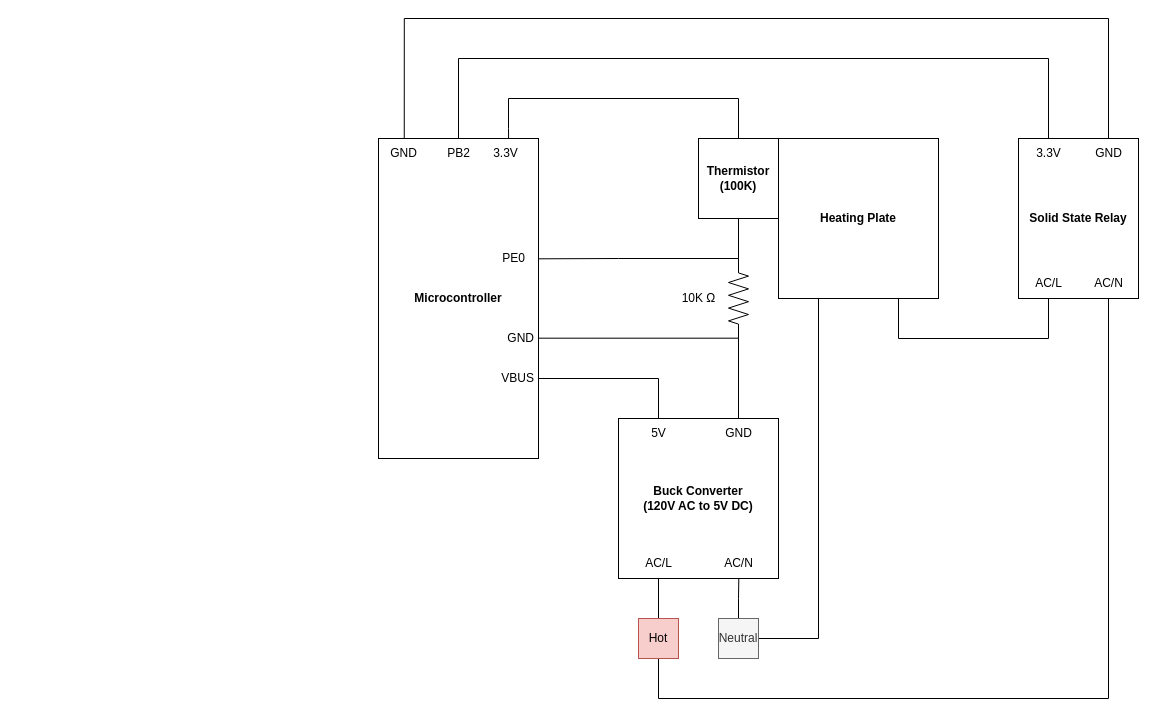
mannndrew/BrewBuddy keeps this draw.io diagram as documentation/circuit.drawio. Above is the earlier version. Source tidied: cells renumbered, new cells numbered last; positions are measured from the earlier drawing's top-left corner, leaving out a move shared by most shapes. Both pictures are drawn from the tidied source at 100%, with x=0, y=0 at pixel (378, 18).
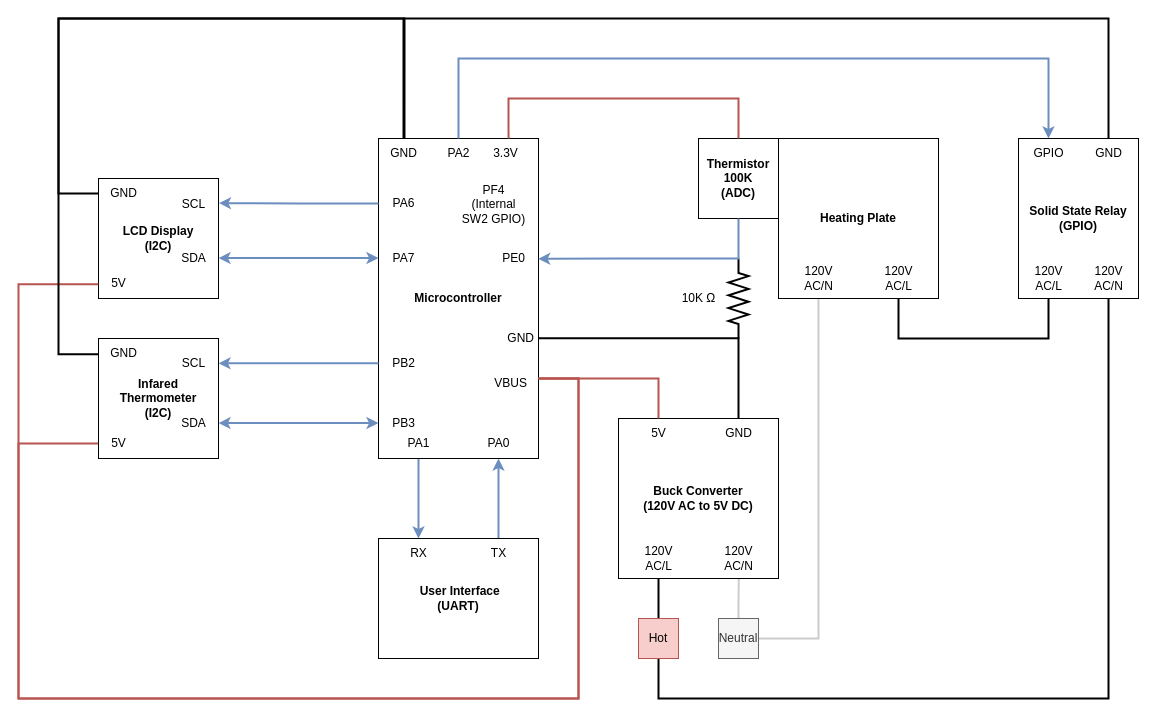
The same diagram, later.

The change refers to these unchanged cells:
```xml
<mxCell id="4" value="Hot" style="rounded=0;whiteSpace=wrap;html=1;fillColor=#f8cecc;strokeColor=#b85450;" parent="1" vertex="1">
  <mxGeometry x="260" y="600" width="40" height="40" as="geometry" />
</mxCell>
<mxCell id="7" value="Neutral" style="rounded=0;whiteSpace=wrap;html=1;fillColor=#f5f5f5;strokeColor=#666666;fontColor=#333333;" parent="1" vertex="1">
  <mxGeometry x="340" y="600" width="40" height="40" as="geometry" />
</mxCell>
<mxCell id="8" value="&lt;b&gt;Microcontroller&lt;/b&gt;" style="rounded=0;whiteSpace=wrap;html=1;" parent="1" vertex="1">
  <mxGeometry y="120" width="160" height="320" as="geometry" />
</mxCell>
<mxCell id="9" value="&lt;b&gt;Heating Plate&lt;/b&gt;" style="rounded=0;whiteSpace=wrap;html=1;" parent="1" vertex="1">
  <mxGeometry x="400" y="120" width="160" height="160" as="geometry" />
</mxCell>
<mxCell id="14" style="group;" parent="1" vertex="1">
  <mxGeometry x="240" y="400" width="160" height="160" as="geometry" />
</mxCell>
<mxCell id="15" value="&lt;b&gt;Buck Converter&lt;/b&gt;&lt;div&gt;&lt;b&gt;(120V AC to 5V DC)&lt;/b&gt;&lt;/div&gt;" style="rounded=0;whiteSpace=wrap;html=1;" parent="14" vertex="1">
  <mxGeometry width="160" height="160" as="geometry" />
</mxCell>
```

What changed in the source:
```diff
@@
-    <mxCell id="2" style="edgeStyle=orthogonalEdgeStyle;rounded=0;jettySize=auto;html=1;entryX=0.25;entryY=1;entryDx=0;entryDy=0;endArrow=none;endFill=0;" parent="1" edge="1" source="4" target="15">
+    <mxCell id="2" style="edgeStyle=orthogonalEdgeStyle;rounded=0;jettySize=auto;html=1;entryX=0.25;entryY=1;entryDx=0;entryDy=0;endArrow=none;endFill=0;strokeWidth=2;" parent="1" edge="1" source="4" target="15">
       <mxGeometry relative="1" as="geometry" />
     </mxCell>
-    <mxCell id="3" style="edgeStyle=orthogonalEdgeStyle;rounded=0;jettySize=auto;html=1;entryX=0.75;entryY=1;entryDx=0;entryDy=0;endArrow=none;endFill=0;" parent="1" edge="1" source="4" target="13">
+    <mxCell id="3" style="edgeStyle=orthogonalEdgeStyle;rounded=0;jettySize=auto;html=1;entryX=0.75;entryY=1;entryDx=0;entryDy=0;endArrow=none;endFill=0;strokeWidth=2;" parent="1" edge="1" source="4" target="13">
       <mxGeometry relative="1" as="geometry">
         <Array as="points">
           <mxPoint x="280" y="680" />
           <mxPoint x="730" y="680" />
         </Array>
       </mxGeometry>
     </mxCell>
@@
-    <mxCell id="5" style="edgeStyle=orthogonalEdgeStyle;rounded=0;jettySize=auto;html=1;entryX=0.752;entryY=0.991;entryDx=0;entryDy=0;entryPerimeter=0;endArrow=none;endFill=0;" parent="1" edge="1" source="7" target="15">
+    <mxCell id="5" style="edgeStyle=orthogonalEdgeStyle;rounded=0;jettySize=auto;html=1;entryX=0.752;entryY=0.991;entryDx=0;entryDy=0;entryPerimeter=0;endArrow=none;endFill=0;strokeWidth=2;strokeColor=#CCCCCC;" parent="1" edge="1" source="7" target="15">
       <mxGeometry relative="1" as="geometry" />
     </mxCell>
-    <mxCell id="6" style="edgeStyle=orthogonalEdgeStyle;rounded=0;jettySize=auto;html=1;entryX=0.25;entryY=1;entryDx=0;entryDy=0;endArrow=none;endFill=0;" parent="1" edge="1" source="7" target="9">
+    <mxCell id="6" style="edgeStyle=orthogonalEdgeStyle;rounded=0;jettySize=auto;html=1;entryX=0.25;entryY=1;entryDx=0;entryDy=0;endArrow=none;endFill=0;strokeWidth=2;strokeColor=#CCCCCC;" parent="1" edge="1" source="7" target="9">
       <mxGeometry relative="1" as="geometry" />
     </mxCell>
@@
+    <mxCell id="39" style="edgeStyle=orthogonalEdgeStyle;rounded=0;jettySize=auto;html=1;exitX=0.25;exitY=1;exitDx=0;exitDy=0;entryX=0.25;entryY=0;entryDx=0;entryDy=0;fillColor=#dae8fc;strokeColor=#6c8ebf;strokeWidth=2;" parent="1" edge="1" source="8" target="66">
+      <mxGeometry relative="1" as="geometry" />
+    </mxCell>
@@
-    <mxCell id="10" value="&lt;b&gt;Thermistor&lt;/b&gt;&lt;div&gt;&lt;b&gt;(100K)&lt;/b&gt;&lt;/div&gt;" style="rounded=0;whiteSpace=wrap;html=1;" parent="1" vertex="1">
+    <mxCell id="10" value="&lt;b&gt;Thermistor&lt;/b&gt;&lt;div&gt;&lt;b&gt;100K&lt;/b&gt;&lt;/div&gt;&lt;div&gt;&lt;b&gt;(ADC)&lt;/b&gt;&lt;/div&gt;" style="rounded=0;whiteSpace=wrap;html=1;" parent="1" vertex="1">
       <mxGeometry x="320" y="120" width="80" height="80" as="geometry" />
     </mxCell>
-    <mxCell id="11" style="edgeStyle=orthogonalEdgeStyle;rounded=0;jettySize=auto;html=1;exitX=0.25;exitY=1;exitDx=0;exitDy=0;entryX=0.75;entryY=1;entryDx=0;entryDy=0;endArrow=none;endFill=0;" parent="1" edge="1" source="13" target="9">
+    <mxCell id="11" style="edgeStyle=orthogonalEdgeStyle;rounded=0;jettySize=auto;html=1;exitX=0.25;exitY=1;exitDx=0;exitDy=0;entryX=0.75;entryY=1;entryDx=0;entryDy=0;endArrow=none;endFill=0;strokeWidth=2;" parent="1" edge="1" source="13" target="9">
       <mxGeometry relative="1" as="geometry">
         <Array as="points">
           <mxPoint x="670" y="320" />
           <mxPoint x="520" y="320" />
         </Array>
       </mxGeometry>
     </mxCell>
-    <mxCell id="12" style="edgeStyle=orthogonalEdgeStyle;rounded=0;jettySize=auto;html=1;exitX=0.25;exitY=0;exitDx=0;exitDy=0;entryX=0.5;entryY=0;entryDx=0;entryDy=0;endArrow=none;endFill=0;" parent="1" edge="1" source="13" target="8">
+    <mxCell id="12" style="edgeStyle=orthogonalEdgeStyle;rounded=0;jettySize=auto;html=1;exitX=0.25;exitY=0;exitDx=0;exitDy=0;entryX=0.5;entryY=0;entryDx=0;entryDy=0;endArrow=none;endFill=0;strokeWidth=2;fillColor=#dae8fc;strokeColor=#6c8ebf;startArrow=classic;startFill=1;" parent="1" edge="1" source="13" target="8">
       <mxGeometry relative="1" as="geometry">
         <Array as="points">
           <mxPoint x="670" y="40" />
           <mxPoint x="80" y="40" />
         </Array>
       </mxGeometry>
     </mxCell>
-    <mxCell id="13" value="&lt;b&gt;Solid State Relay&lt;/b&gt;" style="rounded=0;whiteSpace=wrap;html=1;" parent="1" vertex="1">
+    <mxCell id="13" value="&lt;b&gt;Solid State Relay&lt;/b&gt;&lt;div&gt;&lt;b&gt;(GPIO)&lt;/b&gt;&lt;/div&gt;" style="rounded=0;whiteSpace=wrap;html=1;" parent="1" vertex="1">
       <mxGeometry x="640" y="120" width="120" height="160" as="geometry" />
     </mxCell>
@@
-    <mxCell id="16" value="AC/L" style="text;html=1;align=center;verticalAlign=middle;strokeColor=none;fillColor=none;" parent="14" vertex="1">
-      <mxGeometry x="15" y="130" width="50" height="30" as="geometry" />
-    </mxCell>
-    <mxCell id="17" value="AC/N" style="text;html=1;align=center;verticalAlign=middle;strokeColor=none;fillColor=none;" parent="14" vertex="1">
-      <mxGeometry x="95" y="130" width="50" height="30" as="geometry" />
-    </mxCell>
@@
+    <mxCell id="40" value="&lt;div&gt;120V&lt;/div&gt;AC/N" style="text;html=1;align=center;verticalAlign=middle;strokeColor=none;fillColor=none;" parent="14" vertex="1">
+      <mxGeometry x="95" y="120" width="50" height="40" as="geometry" />
+    </mxCell>
+    <mxCell id="41" value="&lt;div&gt;120V&lt;/div&gt;AC/L" style="text;html=1;align=center;verticalAlign=middle;strokeColor=none;fillColor=none;" parent="14" vertex="1">
+      <mxGeometry x="15" y="120" width="50" height="40" as="geometry" />
+    </mxCell>
-    <mxCell id="20" style="edgeStyle=orthogonalEdgeStyle;rounded=0;jettySize=auto;html=1;exitX=0.25;exitY=0;exitDx=0;exitDy=0;entryX=1;entryY=0.75;entryDx=0;entryDy=0;endArrow=none;endFill=0;" parent="1" edge="1" source="15" target="8">
+    <mxCell id="20" style="edgeStyle=orthogonalEdgeStyle;rounded=0;jettySize=auto;html=1;exitX=0.25;exitY=0;exitDx=0;exitDy=0;entryX=1;entryY=0.75;entryDx=0;entryDy=0;endArrow=none;endFill=0;fillColor=#f8cecc;strokeColor=#b85450;strokeWidth=2;" parent="1" edge="1" source="15" target="8">
       <mxGeometry relative="1" as="geometry" />
     </mxCell>
-    <mxCell id="21" style="edgeStyle=orthogonalEdgeStyle;rounded=0;jettySize=auto;html=1;exitX=0.75;exitY=0;exitDx=0;exitDy=0;entryX=1.002;entryY=0.624;entryDx=0;entryDy=0;entryPerimeter=0;endArrow=none;endFill=0;" parent="1" edge="1" source="15" target="8">
+    <mxCell id="21" style="edgeStyle=orthogonalEdgeStyle;rounded=0;jettySize=auto;html=1;exitX=0.75;exitY=0;exitDx=0;exitDy=0;entryX=1.002;entryY=0.624;entryDx=0;entryDy=0;entryPerimeter=0;endArrow=none;endFill=0;strokeWidth=2;" parent="1" edge="1" source="15" target="8">
       <mxGeometry relative="1" as="geometry" />
     </mxCell>
     <mxCell id="22" value="VBUS" style="text;html=1;align=right;verticalAlign=middle;strokeColor=none;fillColor=none;" parent="1" vertex="1">
-      <mxGeometry x="97" y="345" width="60" height="30" as="geometry" />
+      <mxGeometry x="90" y="350" width="60" height="30" as="geometry" />
     </mxCell>
@@
-    <mxCell id="24" value="AC/L" style="text;html=1;align=center;verticalAlign=middle;strokeColor=none;fillColor=none;" parent="1" vertex="1">
-      <mxGeometry x="645" y="250" width="50" height="30" as="geometry" />
+    <mxCell id="24" value="&lt;div&gt;120V&lt;/div&gt;AC/L" style="text;html=1;align=center;verticalAlign=middle;strokeColor=none;fillColor=none;" parent="1" vertex="1">
+      <mxGeometry x="645" y="240" width="50" height="40" as="geometry" />
     </mxCell>
-    <mxCell id="25" value="AC/N" style="text;html=1;align=center;verticalAlign=middle;strokeColor=none;fillColor=none;" parent="1" vertex="1">
-      <mxGeometry x="705" y="250" width="50" height="30" as="geometry" />
+    <mxCell id="25" value="&lt;div&gt;120V&lt;/div&gt;AC/N" style="text;html=1;align=center;verticalAlign=middle;strokeColor=none;fillColor=none;" parent="1" vertex="1">
+      <mxGeometry x="705" y="240" width="50" height="40" as="geometry" />
     </mxCell>
-    <mxCell id="26" value="3.3V" style="text;html=1;align=center;verticalAlign=middle;strokeColor=none;fillColor=none;" parent="1" vertex="1">
+    <mxCell id="26" value="GPIO" style="text;html=1;align=center;verticalAlign=middle;strokeColor=none;fillColor=none;" parent="1" vertex="1">
       <mxGeometry x="645" y="120" width="50" height="30" as="geometry" />
     </mxCell>
@@
-    <mxCell id="28" style="verticalLabelPosition=bottom;shadow=0;dashed=0;align=center;html=1;verticalAlign=top;shape=mxgraph.electrical.resistors.resistor_2;direction=south;" parent="1" vertex="1">
+    <mxCell id="28" style="verticalLabelPosition=bottom;shadow=0;dashed=0;align=center;html=1;verticalAlign=top;shape=mxgraph.electrical.resistors.resistor_2;direction=south;gradientColor=none;strokeWidth=2;" parent="1" vertex="1">
       <mxGeometry x="350" y="240" width="20" height="80" as="geometry" />
     </mxCell>
@@
-    <mxCell id="30" style="edgeStyle=orthogonalEdgeStyle;rounded=0;jettySize=auto;html=1;entryX=0.998;entryY=0.376;entryDx=0;entryDy=0;entryPerimeter=0;endArrow=none;endFill=0;" parent="1" edge="1" source="10" target="8">
+    <mxCell id="30" style="edgeStyle=orthogonalEdgeStyle;rounded=0;jettySize=auto;html=1;entryX=0.998;entryY=0.376;entryDx=0;entryDy=0;entryPerimeter=0;endArrow=classic;endFill=1;startArrow=none;startFill=0;fillColor=#dae8fc;strokeColor=#6c8ebf;strokeWidth=2;" parent="1" edge="1" source="10" target="8">
       <mxGeometry relative="1" as="geometry">
         <Array as="points">
           <mxPoint x="360" y="240" />
           <mxPoint x="240" y="240" />
         </Array>
       </mxGeometry>
     </mxCell>
-    <mxCell id="31" style="edgeStyle=orthogonalEdgeStyle;rounded=0;jettySize=auto;html=1;entryX=0.75;entryY=0;entryDx=0;entryDy=0;endArrow=none;endFill=0;exitX=0.161;exitY=0;exitDx=0;exitDy=0;exitPerimeter=0;" parent="1" edge="1" source="8" target="13">
+    <mxCell id="31" style="edgeStyle=orthogonalEdgeStyle;rounded=0;jettySize=auto;html=1;entryX=0.75;entryY=0;entryDx=0;entryDy=0;endArrow=none;endFill=0;exitX=0.161;exitY=0;exitDx=0;exitDy=0;exitPerimeter=0;strokeWidth=2;" parent="1" edge="1" source="8" target="13">
       <mxGeometry relative="1" as="geometry">
         <Array as="points">
           <mxPoint x="26" />
           <mxPoint x="730" />
         </Array>
       </mxGeometry>
     </mxCell>
-    <mxCell id="32" value="GND" style="text;html=1;align=center;verticalAlign=middle;points=[];strokeColor=none;fillColor=none;" parent="1" vertex="1">
+    <mxCell id="32" value="GND" style="text;html=1;align=center;verticalAlign=middle;points=[];strokeColor=none;fillColor=none;fontStyle=0;" parent="1" vertex="1">
       <mxGeometry y="120" width="50" height="30" as="geometry" />
     </mxCell>
-    <mxCell id="33" style="edgeStyle=orthogonalEdgeStyle;rounded=0;jettySize=auto;html=1;entryX=0.813;entryY=0;entryDx=0;entryDy=0;entryPerimeter=0;endArrow=none;endFill=0;" parent="1" edge="1" source="10" target="8">
+    <mxCell id="33" style="edgeStyle=orthogonalEdgeStyle;rounded=0;jettySize=auto;html=1;entryX=0.813;entryY=0;entryDx=0;entryDy=0;entryPerimeter=0;endArrow=none;endFill=0;fillColor=#f8cecc;strokeColor=#b85450;strokeWidth=2;" parent="1" edge="1" source="10" target="8">
       <mxGeometry relative="1" as="geometry">
         <Array as="points">
           <mxPoint x="360" y="80" />
           <mxPoint x="130" y="80" />
           <mxPoint x="130" y="110" />
         </Array>
       </mxGeometry>
     </mxCell>
-    <mxCell id="34" value="PB2" style="text;html=1;align=center;verticalAlign=middle;strokeColor=none;fillColor=none;" parent="1" vertex="1">
+    <mxCell id="34" value="PA2" style="text;html=1;align=center;verticalAlign=middle;strokeColor=none;fillColor=none;fontStyle=0;" parent="1" vertex="1">
       <mxGeometry x="55" y="120" width="50" height="30" as="geometry" />
     </mxCell>
@@
+    <mxCell id="42" value="PF4&lt;br&gt;(Internal&lt;div&gt;SW2 GPIO)&lt;/div&gt;" style="text;html=1;align=center;verticalAlign=middle;strokeColor=none;fillColor=none;" parent="1" vertex="1">
+      <mxGeometry x="70" y="156" width="90" height="60" as="geometry" />
+    </mxCell>
+    <mxCell id="43" value="&lt;b&gt;LCD Display&lt;/b&gt;&lt;div&gt;&lt;b&gt;(I2C)&lt;/b&gt;&lt;/div&gt;" style="rounded=0;whiteSpace=wrap;html=1;" parent="1" vertex="1">
+      <mxGeometry x="-280" y="160" width="120" height="120" as="geometry" />
+    </mxCell>
+    <mxCell id="44" value="GND" style="text;html=1;align=center;verticalAlign=middle;points=[];strokeColor=none;fillColor=none;fontStyle=0;" parent="1" vertex="1">
+      <mxGeometry x="-280" y="160" width="50" height="30" as="geometry" />
+    </mxCell>
+    <mxCell id="45" value="5V" style="text;html=1;align=center;verticalAlign=middle;points=[];strokeColor=none;fillColor=none;fontStyle=0;" parent="1" vertex="1">
+      <mxGeometry x="-280" y="250" width="40" height="30" as="geometry" />
+    </mxCell>
+    <mxCell id="46" value="SCL" style="text;html=1;align=center;verticalAlign=middle;points=[];strokeColor=none;fillColor=none;fontStyle=0;" parent="1" vertex="1">
+      <mxGeometry x="-210" y="171" width="50" height="30" as="geometry" />
+    </mxCell>
+    <mxCell id="47" value="SDA" style="text;html=1;align=center;verticalAlign=middle;strokeColor=none;fillColor=none;fontStyle=0;" parent="1" vertex="1">
+      <mxGeometry x="-210" y="225" width="50" height="30" as="geometry" />
+    </mxCell>
+    <mxCell id="48" style="edgeStyle=orthogonalEdgeStyle;rounded=0;jettySize=auto;html=1;entryX=1.009;entryY=0.454;entryDx=0;entryDy=0;entryPerimeter=0;fillColor=#dae8fc;strokeColor=#6c8ebf;strokeWidth=2;" parent="1" edge="1" source="49" target="46">
+      <mxGeometry relative="1" as="geometry" />
+    </mxCell>
+    <mxCell id="49" value="PA6" style="text;html=1;align=center;verticalAlign=middle;points=[];strokeColor=none;fillColor=none;fontStyle=0;" parent="1" vertex="1">
+      <mxGeometry y="170" width="50" height="30" as="geometry" />
+    </mxCell>
+    <mxCell id="50" value="PA7" style="text;html=1;align=center;verticalAlign=middle;strokeColor=none;fillColor=none;fontStyle=0;" parent="1" vertex="1">
+      <mxGeometry y="225" width="50" height="30" as="geometry" />
+    </mxCell>
+    <mxCell id="51" style="edgeStyle=orthogonalEdgeStyle;rounded=0;orthogonalLoop=1;jettySize=auto;html=1;entryX=1.009;entryY=0.454;entryDx=0;entryDy=0;entryPerimeter=0;startArrow=classic;startFill=1;fillColor=#dae8fc;strokeColor=#6c8ebf;strokeWidth=2;" parent="1" edge="1">
+      <mxGeometry relative="1" as="geometry">
+        <mxPoint y="239.6" as="sourcePoint" />
+        <mxPoint x="-160" y="239.6" as="targetPoint" />
+      </mxGeometry>
+    </mxCell>
+    <mxCell id="52" style="edgeStyle=orthogonalEdgeStyle;rounded=0;jettySize=auto;html=1;entryX=0.516;entryY=-0.013;entryDx=0;entryDy=0;entryPerimeter=0;strokeWidth=2;startArrow=none;startFill=0;endArrow=none;endFill=0;exitX=-0.002;exitY=0.502;exitDx=0;exitDy=0;exitPerimeter=0;" parent="1" edge="1" source="44" target="32">
+      <mxGeometry relative="1" as="geometry">
+        <Array as="points">
+          <mxPoint x="-320" y="175" />
+          <mxPoint x="-320" />
+          <mxPoint x="26" />
+        </Array>
+      </mxGeometry>
+    </mxCell>
+    <mxCell id="53" value="&lt;b&gt;Infared Thermometer&lt;/b&gt;&lt;br&gt;&lt;div&gt;&lt;b&gt;(I2C)&lt;/b&gt;&lt;/div&gt;" style="rounded=0;whiteSpace=wrap;html=1;" parent="1" vertex="1">
+      <mxGeometry x="-280" y="320" width="120" height="120" as="geometry" />
+    </mxCell>
+    <mxCell id="54" value="SDA" style="text;html=1;align=center;verticalAlign=middle;strokeColor=none;fillColor=none;fontStyle=0;" parent="1" vertex="1">
+      <mxGeometry x="-210" y="390" width="50" height="30" as="geometry" />
+    </mxCell>
+    <mxCell id="55" value="SCL" style="text;html=1;align=center;verticalAlign=middle;strokeColor=none;fillColor=none;fontStyle=0;" parent="1" vertex="1">
+      <mxGeometry x="-210" y="330" width="50" height="30" as="geometry" />
+    </mxCell>
+    <mxCell id="56" value="5V" style="text;html=1;align=center;verticalAlign=middle;points=[];strokeColor=none;fillColor=none;fontStyle=0;" parent="1" vertex="1">
+      <mxGeometry x="-280" y="410" width="40" height="30" as="geometry" />
+    </mxCell>
+    <mxCell id="57" value="GND" style="text;html=1;align=center;verticalAlign=middle;points=[];strokeColor=none;fillColor=none;fontStyle=0;" parent="1" vertex="1">
+      <mxGeometry x="-280" y="320" width="50" height="30" as="geometry" />
+    </mxCell>
+    <mxCell id="58" value="PB2" style="text;html=1;align=center;verticalAlign=middle;strokeColor=none;fillColor=none;fontStyle=0;" parent="1" vertex="1">
+      <mxGeometry y="330" width="50" height="30" as="geometry" />
+    </mxCell>
+    <mxCell id="59" value="PB3" style="text;html=1;align=center;verticalAlign=middle;strokeColor=none;fillColor=none;fontStyle=0;" parent="1" vertex="1">
+      <mxGeometry y="390" width="50" height="30" as="geometry" />
+    </mxCell>
+    <mxCell id="60" style="edgeStyle=orthogonalEdgeStyle;rounded=0;orthogonalLoop=1;jettySize=auto;html=1;entryX=1.009;entryY=0.454;entryDx=0;entryDy=0;entryPerimeter=0;startArrow=classic;startFill=1;fillColor=#dae8fc;strokeColor=#6c8ebf;strokeWidth=2;" parent="1" edge="1">
+      <mxGeometry relative="1" as="geometry">
+        <mxPoint y="404.6" as="sourcePoint" />
+        <mxPoint x="-160" y="404.6" as="targetPoint" />
+      </mxGeometry>
+    </mxCell>
+    <mxCell id="61" style="edgeStyle=orthogonalEdgeStyle;rounded=0;orthogonalLoop=1;jettySize=auto;html=1;entryX=1.009;entryY=0.454;entryDx=0;entryDy=0;entryPerimeter=0;fillColor=#dae8fc;strokeColor=#6c8ebf;strokeWidth=2;" parent="1" edge="1">
+      <mxGeometry relative="1" as="geometry">
+        <mxPoint y="344.8" as="sourcePoint" />
+        <mxPoint x="-160" y="344.8" as="targetPoint" />
+      </mxGeometry>
+    </mxCell>
+    <mxCell id="62" style="edgeStyle=orthogonalEdgeStyle;rounded=0;jettySize=auto;html=1;entryX=-0.007;entryY=0.5;entryDx=0;entryDy=0;entryPerimeter=0;exitX=1;exitY=0.75;exitDx=0;exitDy=0;strokeWidth=2;fillColor=#f8cecc;strokeColor=#b85450;endArrow=none;endFill=0;" parent="1" edge="1" source="8" target="56">
+      <mxGeometry relative="1" as="geometry">
+        <Array as="points">
+          <mxPoint x="200" y="360" />
+          <mxPoint x="200" y="680" />
+          <mxPoint x="-360" y="680" />
+          <mxPoint x="-360" y="425" />
+        </Array>
+      </mxGeometry>
+    </mxCell>
+    <mxCell id="63" style="edgeStyle=orthogonalEdgeStyle;rounded=0;jettySize=auto;html=1;exitX=1;exitY=0.75;exitDx=0;exitDy=0;entryX=-0.005;entryY=0.525;entryDx=0;entryDy=0;entryPerimeter=0;strokeWidth=2;fillColor=#f8cecc;strokeColor=#b85450;endArrow=none;endFill=0;" parent="1" edge="1" source="8" target="45">
+      <mxGeometry relative="1" as="geometry">
+        <Array as="points">
+          <mxPoint x="200" y="360" />
+          <mxPoint x="200" y="680" />
+          <mxPoint x="-360" y="680" />
+          <mxPoint x="-360" y="266" />
+        </Array>
+      </mxGeometry>
+    </mxCell>
+    <mxCell id="64" style="edgeStyle=orthogonalEdgeStyle;rounded=0;jettySize=auto;html=1;entryX=0;entryY=0.522;entryDx=0;entryDy=0;entryPerimeter=0;strokeWidth=2;endArrow=none;endFill=0;" parent="1" edge="1" source="32" target="57">
+      <mxGeometry relative="1" as="geometry">
+        <Array as="points">
+          <mxPoint x="25" />
+          <mxPoint x="-320" />
+          <mxPoint x="-320" y="336" />
+        </Array>
+      </mxGeometry>
+    </mxCell>
+    <mxCell id="65" style="edgeStyle=orthogonalEdgeStyle;rounded=0;jettySize=auto;html=1;exitX=0.75;exitY=0;exitDx=0;exitDy=0;entryX=0.75;entryY=1;entryDx=0;entryDy=0;fillColor=#dae8fc;strokeColor=#6c8ebf;strokeWidth=2;" parent="1" edge="1" source="66" target="8">
+      <mxGeometry relative="1" as="geometry" />
+    </mxCell>
+    <mxCell id="66" value="&lt;b&gt;&amp;nbsp;User Interface&lt;/b&gt;&lt;br&gt;&lt;div&gt;&lt;b&gt;(UART)&lt;/b&gt;&lt;/div&gt;" style="rounded=0;whiteSpace=wrap;html=1;" parent="1" vertex="1">
+      <mxGeometry y="520" width="160" height="120" as="geometry" />
+    </mxCell>
+    <mxCell id="67" value="PA1" style="text;html=1;align=center;verticalAlign=middle;strokeColor=none;fillColor=none;fontStyle=0;" parent="1" vertex="1">
+      <mxGeometry x="15" y="410" width="50" height="30" as="geometry" />
+    </mxCell>
+    <mxCell id="68" value="PA0" style="text;html=1;align=center;verticalAlign=middle;strokeColor=none;fillColor=none;fontStyle=0;" parent="1" vertex="1">
+      <mxGeometry x="95" y="410" width="50" height="30" as="geometry" />
+    </mxCell>
+    <mxCell id="69" value="RX" style="text;html=1;align=center;verticalAlign=middle;strokeColor=none;fillColor=none;fontStyle=0;" parent="1" vertex="1">
+      <mxGeometry x="20" y="520" width="40" height="30" as="geometry" />
+    </mxCell>
+    <mxCell id="70" value="TX" style="text;html=1;align=center;verticalAlign=middle;strokeColor=none;fillColor=none;fontStyle=0;" parent="1" vertex="1">
+      <mxGeometry x="100" y="520" width="40" height="30" as="geometry" />
+    </mxCell>
+    <mxCell id="71" value="&lt;div&gt;120V&lt;/div&gt;AC/N" style="text;html=1;align=center;verticalAlign=middle;strokeColor=none;fillColor=none;" parent="1" vertex="1">
+      <mxGeometry x="415" y="240" width="50" height="40" as="geometry" />
+    </mxCell>
+    <mxCell id="72" value="&lt;div&gt;120V&lt;/div&gt;AC/L" style="text;html=1;align=center;verticalAlign=middle;strokeColor=none;fillColor=none;" parent="1" vertex="1">
+      <mxGeometry x="495" y="240" width="50" height="40" as="geometry" />
+    </mxCell>
```
